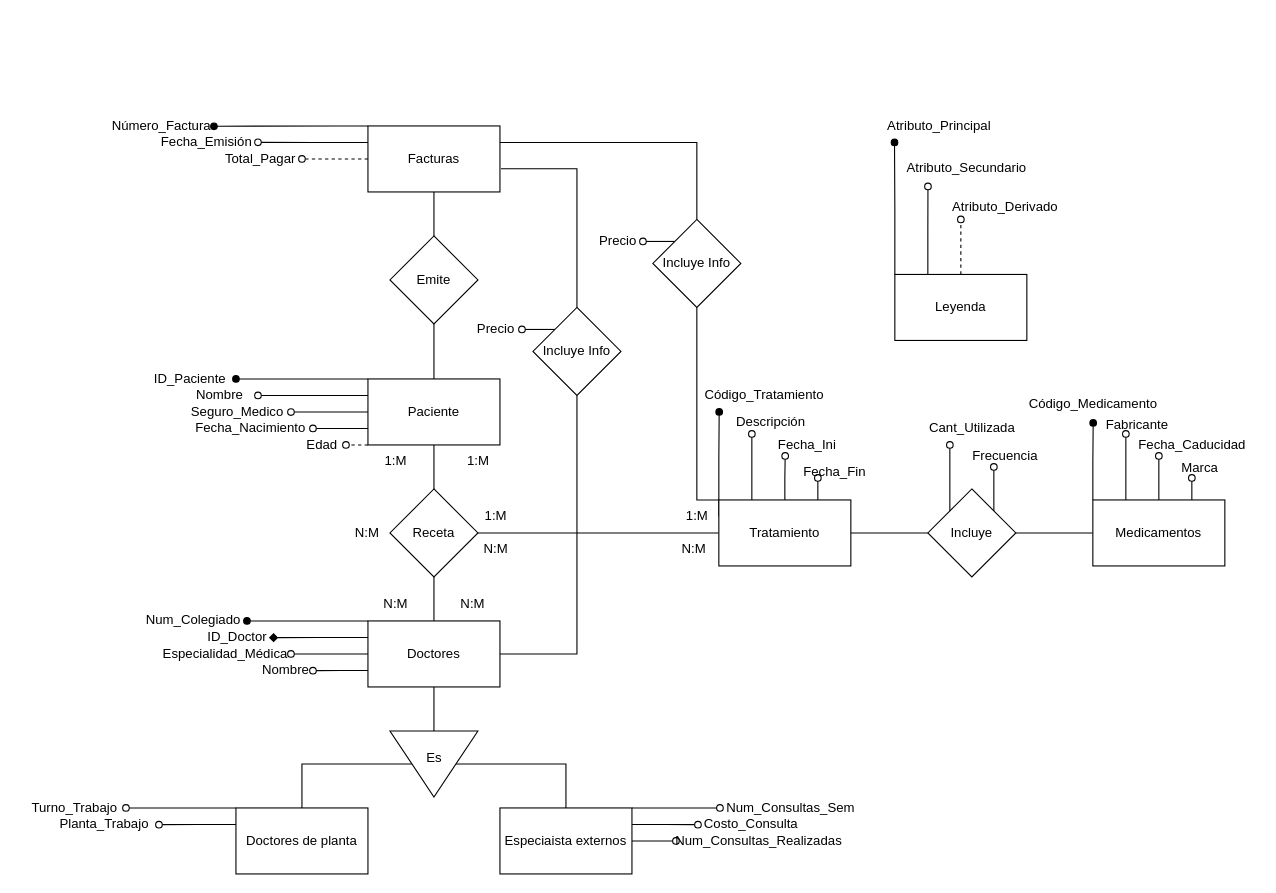
Before: Base Datos/PT0.drawio in Gotrufo-Eloy/Proyectos, a draw.io diagram. Source tidied: cells renumbered, new cells numbered last; positions are measured from the earlier drawing's top-left corner, leaving out a move shared by most shapes. Both pictures are drawn from the tidied source at 110%, with x=0, y=0 at pixel (19, 109).
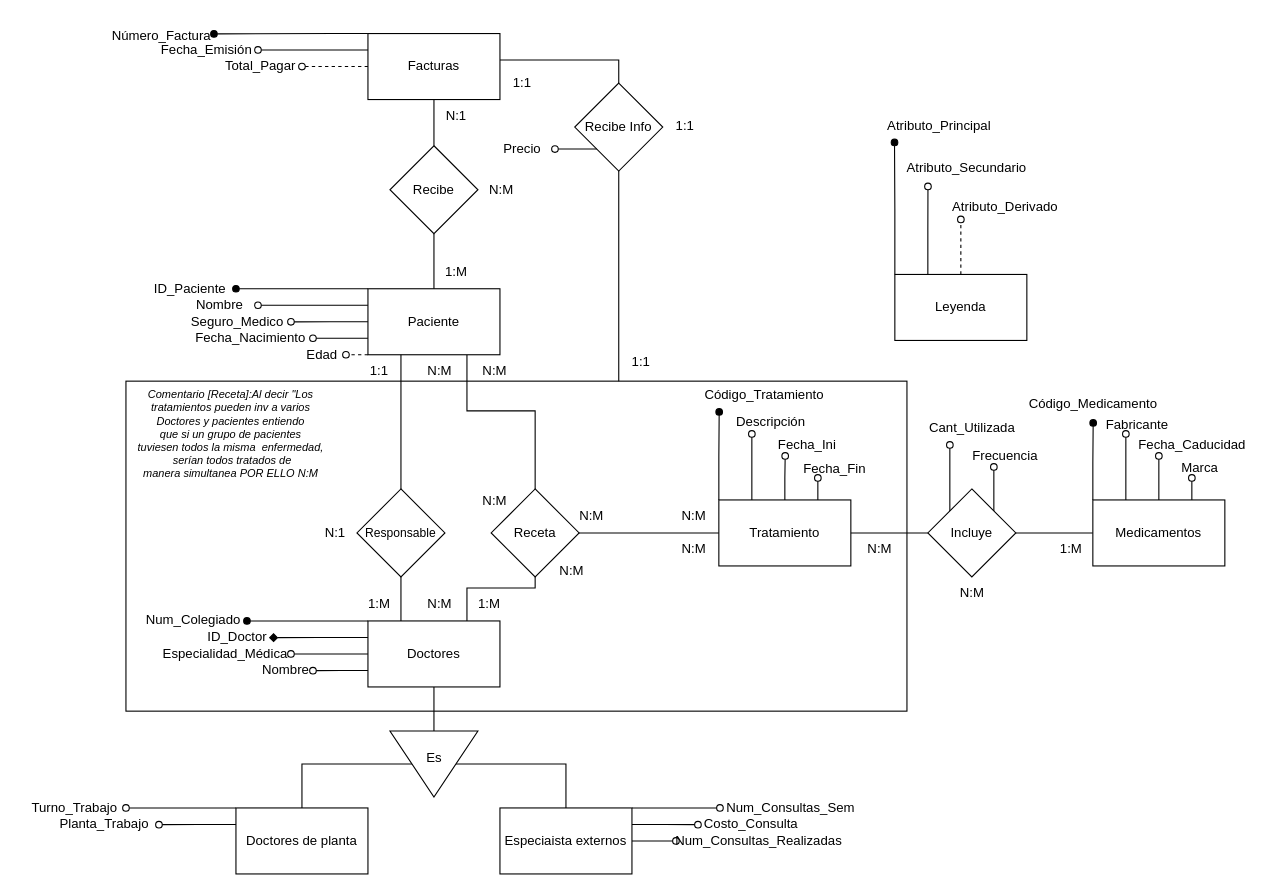
The same diagram, later.

Unchanged cells that the change refers to:
```xml
<mxCell id="16" value="Doctores" style="rounded=0;whiteSpace=wrap;html=1;" parent="1" vertex="1">
  <mxGeometry x="317" y="465" width="120" height="60" as="geometry" />
</mxCell>
<mxCell id="30" value="Tratamiento" style="rounded=0;whiteSpace=wrap;html=1;" parent="1" vertex="1">
  <mxGeometry x="636" y="355" width="120" height="60" as="geometry" />
</mxCell>
```

Change to the diagram source:
```diff
@@
+    <mxCell id="104" style="rounded=0;whiteSpace=wrap;html=1;fillColor=none;" parent="1" vertex="1">
+      <mxGeometry x="97" y="247" width="710" height="300" as="geometry" />
+    </mxCell>
     <mxCell id="2" style="edgeStyle=orthogonalEdgeStyle;rounded=0;jettySize=auto;html=1;endArrow=none;endFill=0;" parent="1" edge="1" source="8" target="42">
-      <mxGeometry relative="1" as="geometry" />
+      <mxGeometry relative="1" as="geometry">
+        <Array as="points">
+          <mxPoint x="407" y="274" />
+          <mxPoint x="469" y="274" />
+        </Array>
+      </mxGeometry>
     </mxCell>
     <mxCell id="3" style="edgeStyle=orthogonalEdgeStyle;rounded=0;jettySize=auto;html=1;exitX=0;exitY=0;exitDx=0;exitDy=0;endArrow=oval;endFill=1;" parent="1" edge="1" source="8">
       <mxGeometry relative="1" as="geometry">
-        <mxPoint x="197" y="245" as="targetPoint" />
+        <mxPoint x="197" y="163" as="targetPoint" />
         <Array as="points">
-          <mxPoint x="227" y="245" />
-          <mxPoint x="227" y="245" />
+          <mxPoint x="227" y="163" />
+          <mxPoint x="227" y="163" />
         </Array>
       </mxGeometry>
     </mxCell>
     <mxCell id="4" style="edgeStyle=orthogonalEdgeStyle;rounded=0;jettySize=auto;html=1;exitX=0;exitY=0.25;exitDx=0;exitDy=0;endArrow=oval;endFill=0;" parent="1" edge="1" source="8">
       <mxGeometry relative="1" as="geometry">
-        <mxPoint x="217" y="260" as="targetPoint" />
+        <mxPoint x="217" y="178" as="targetPoint" />
       </mxGeometry>
     </mxCell>
     <mxCell id="5" style="edgeStyle=orthogonalEdgeStyle;rounded=0;jettySize=auto;html=1;exitX=0;exitY=0.5;exitDx=0;exitDy=0;endArrow=oval;endFill=0;" parent="1" edge="1" source="8">
       <mxGeometry relative="1" as="geometry">
-        <mxPoint x="247" y="275.1" as="targetPoint" />
+        <mxPoint x="247" y="193.1" as="targetPoint" />
       </mxGeometry>
     </mxCell>
     <mxCell id="6" style="edgeStyle=orthogonalEdgeStyle;rounded=0;jettySize=auto;html=1;exitX=0;exitY=0.75;exitDx=0;exitDy=0;endArrow=oval;endFill=0;" parent="1" edge="1" source="8">
       <mxGeometry relative="1" as="geometry">
-        <mxPoint x="267" y="290" as="targetPoint" />
+        <mxPoint x="267" y="208" as="targetPoint" />
       </mxGeometry>
     </mxCell>
     <mxCell id="7" style="edgeStyle=orthogonalEdgeStyle;rounded=0;jettySize=auto;html=1;exitX=0;exitY=1;exitDx=0;exitDy=0;endArrow=oval;endFill=0;dashed=1;" parent="1" edge="1" source="8">
       <mxGeometry relative="1" as="geometry">
-        <mxPoint x="297" y="305" as="targetPoint" />
+        <mxPoint x="297" y="223" as="targetPoint" />
       </mxGeometry>
     </mxCell>
     <mxCell id="8" value="Paciente" style="rounded=0;whiteSpace=wrap;html=1;" parent="1" vertex="1">
-      <mxGeometry x="317" y="245" width="120" height="60" as="geometry" />
+      <mxGeometry x="317" y="163" width="120" height="60" as="geometry" />
     </mxCell>
     <mxCell id="9" style="edgeStyle=orthogonalEdgeStyle;rounded=0;jettySize=auto;html=1;endArrow=none;endFill=0;" parent="1" edge="1" source="16" target="42">
-      <mxGeometry relative="1" as="geometry" />
+      <mxGeometry relative="1" as="geometry">
+        <Array as="points">
+          <mxPoint x="407" y="435" />
+          <mxPoint x="469" y="435" />
+        </Array>
+      </mxGeometry>
     </mxCell>
@@
-    <mxCell id="15" style="edgeStyle=orthogonalEdgeStyle;rounded=0;jettySize=auto;html=1;endArrow=none;endFill=0;" parent="1" edge="1" source="16" target="81">
-      <mxGeometry relative="1" as="geometry" />
-    </mxCell>
@@
-    <mxCell id="24" style="edgeStyle=orthogonalEdgeStyle;rounded=0;jettySize=auto;html=1;entryX=1;entryY=0.5;entryDx=0;entryDy=0;endArrow=none;endFill=0;" parent="1" edge="1" source="30" target="42">
-      <mxGeometry relative="1" as="geometry" />
+    <mxCell id="24" style="edgeStyle=orthogonalEdgeStyle;rounded=0;jettySize=auto;html=1;entryX=1;entryY=0.5;entryDx=0;entryDy=0;endArrow=none;endFill=0;" parent="1" edge="1" target="42">
+      <mxGeometry relative="1" as="geometry">
+        <mxPoint x="728" y="365" as="sourcePoint" />
+        <Array as="points">
+          <mxPoint x="728" y="385" />
+          <mxPoint x="507" y="385" />
+        </Array>
+      </mxGeometry>
     </mxCell>
@@
-    <mxCell id="29" style="edgeStyle=orthogonalEdgeStyle;rounded=0;jettySize=auto;html=1;exitX=0;exitY=0.25;exitDx=0;exitDy=0;entryX=0.5;entryY=1;entryDx=0;entryDy=0;endArrow=none;endFill=0;" parent="1" edge="1" source="30" target="79">
-      <mxGeometry relative="1" as="geometry">
-        <Array as="points">
-          <mxPoint x="636" y="355" />
-          <mxPoint x="616" y="355" />
-        </Array>
-      </mxGeometry>
-    </mxCell>
@@
     <mxCell id="38" style="edgeStyle=orthogonalEdgeStyle;rounded=0;jettySize=auto;html=1;exitX=0;exitY=0;exitDx=0;exitDy=0;endArrow=oval;endFill=1;" parent="1" edge="1" source="41">
       <mxGeometry relative="1" as="geometry">
-        <mxPoint x="177" y="15.3" as="targetPoint" />
+        <mxPoint x="177" y="-68.7" as="targetPoint" />
         <Array as="points">
-          <mxPoint x="287" y="15" />
-          <mxPoint x="287" y="15" />
+          <mxPoint x="287" y="-69" />
+          <mxPoint x="287" y="-69" />
         </Array>
       </mxGeometry>
     </mxCell>
     <mxCell id="39" style="edgeStyle=orthogonalEdgeStyle;rounded=0;jettySize=auto;html=1;exitX=0;exitY=0.25;exitDx=0;exitDy=0;endArrow=oval;endFill=0;" parent="1" edge="1" source="41">
       <mxGeometry relative="1" as="geometry">
-        <mxPoint x="217" y="29.9" as="targetPoint" />
+        <mxPoint x="217" y="-54.1" as="targetPoint" />
       </mxGeometry>
     </mxCell>
     <mxCell id="40" style="edgeStyle=orthogonalEdgeStyle;rounded=0;jettySize=auto;html=1;exitX=0;exitY=0.5;exitDx=0;exitDy=0;endArrow=oval;endFill=0;dashed=1;" parent="1" edge="1" source="41">
       <mxGeometry relative="1" as="geometry">
-        <mxPoint x="257" y="45" as="targetPoint" />
+        <mxPoint x="257" y="-39" as="targetPoint" />
       </mxGeometry>
     </mxCell>
     <mxCell id="41" value="Facturas" style="rounded=0;whiteSpace=wrap;html=1;" parent="1" vertex="1">
-      <mxGeometry x="317" y="15" width="120" height="60" as="geometry" />
+      <mxGeometry x="317" y="-69" width="120" height="60" as="geometry" />
     </mxCell>
     <mxCell id="42" value="Receta" style="rhombus;whiteSpace=wrap;html=1;rounded=0;" parent="1" vertex="1">
-      <mxGeometry x="337" y="345" width="80" height="80" as="geometry" />
+      <mxGeometry x="429" y="345" width="80" height="80" as="geometry" />
     </mxCell>
@@
     <mxCell id="51" value="ID_Paciente" style="text;html=1;align=center;verticalAlign=middle;strokeColor=none;fillColor=none;" parent="1" vertex="1">
-      <mxGeometry x="110" y="230" width="90" height="30" as="geometry" />
+      <mxGeometry x="110" y="148" width="90" height="30" as="geometry" />
     </mxCell>
     <mxCell id="52" value="Nombre" style="text;html=1;align=center;verticalAlign=middle;strokeColor=none;fillColor=none;" parent="1" vertex="1">
-      <mxGeometry x="147" y="245" width="70" height="30" as="geometry" />
+      <mxGeometry x="147" y="163" width="70" height="30" as="geometry" />
     </mxCell>
     <mxCell id="53" value="Fecha_Nacimiento" style="text;html=1;align=center;verticalAlign=middle;strokeColor=none;fillColor=none;" parent="1" vertex="1">
-      <mxGeometry x="150" y="275" width="120" height="30" as="geometry" />
+      <mxGeometry x="150" y="193" width="120" height="30" as="geometry" />
     </mxCell>
     <mxCell id="54" value="Edad" style="text;html=1;align=center;verticalAlign=middle;strokeColor=none;fillColor=none;" parent="1" vertex="1">
-      <mxGeometry x="250" y="290" width="50" height="30" as="geometry" />
+      <mxGeometry x="250" y="208" width="50" height="30" as="geometry" />
     </mxCell>
     <mxCell id="55" value="Seguro_Medico" style="text;html=1;align=center;verticalAlign=middle;strokeColor=none;fillColor=none;" parent="1" vertex="1">
-      <mxGeometry x="143" y="260" width="110" height="30" as="geometry" />
+      <mxGeometry x="143" y="178" width="110" height="30" as="geometry" />
     </mxCell>
@@
     <mxCell id="68" value="Fecha_Fin" style="text;html=1;align=center;verticalAlign=middle;strokeColor=none;fillColor=none;" parent="1" vertex="1">
-      <mxGeometry x="701" y="315" width="80" height="30" as="geometry" />
+      <mxGeometry x="701" y="312" width="80" height="30" as="geometry" />
     </mxCell>
@@
-    <mxCell id="76" value="Emite" style="rhombus;whiteSpace=wrap;html=1;rounded=0;" parent="1" vertex="1">
-      <mxGeometry x="337" y="115" width="80" height="80" as="geometry" />
+    <mxCell id="76" value="Recibe" style="rhombus;whiteSpace=wrap;html=1;rounded=0;" parent="1" vertex="1">
+      <mxGeometry x="337" y="33" width="80" height="80" as="geometry" />
     </mxCell>
-    <mxCell id="77" style="edgeStyle=orthogonalEdgeStyle;rounded=0;jettySize=auto;html=1;exitX=0.5;exitY=0;exitDx=0;exitDy=0;entryX=1;entryY=0.25;entryDx=0;entryDy=0;endArrow=none;endFill=0;" parent="1" edge="1" source="79" target="41">
-      <mxGeometry relative="1" as="geometry" />
-    </mxCell>
-    <mxCell id="78" style="edgeStyle=orthogonalEdgeStyle;rounded=0;jettySize=auto;html=1;exitX=0;exitY=0;exitDx=0;exitDy=0;endArrow=oval;endFill=0;" parent="1" edge="1" source="79">
-      <mxGeometry relative="1" as="geometry">
-        <mxPoint x="567" y="120" as="targetPoint" />
-      </mxGeometry>
-    </mxCell>
-    <mxCell id="79" value="Incluye Info" style="rhombus;whiteSpace=wrap;html=1;" parent="1" vertex="1">
-      <mxGeometry x="576" y="100" width="80" height="80" as="geometry" />
-    </mxCell>
-    <mxCell id="80" style="edgeStyle=orthogonalEdgeStyle;rounded=0;jettySize=auto;html=1;exitX=0;exitY=0;exitDx=0;exitDy=0;endArrow=oval;endFill=0;" parent="1" edge="1" source="81">
-      <mxGeometry relative="1" as="geometry">
-        <mxPoint x="457" y="200.1" as="targetPoint" />
-      </mxGeometry>
-    </mxCell>
-    <mxCell id="81" value="Incluye Info" style="rhombus;whiteSpace=wrap;html=1;rounded=0;" parent="1" vertex="1">
-      <mxGeometry x="467" y="180" width="80" height="80" as="geometry" />
-    </mxCell>
-    <mxCell id="82" style="edgeStyle=orthogonalEdgeStyle;rounded=0;jettySize=auto;html=1;exitX=0.5;exitY=0;exitDx=0;exitDy=0;entryX=1.008;entryY=0.649;entryDx=0;entryDy=0;entryPerimeter=0;endArrow=none;endFill=0;" parent="1" edge="1" source="81" target="41">
-      <mxGeometry relative="1" as="geometry" />
-    </mxCell>
     <mxCell id="83" value="Número_Factura" style="text;html=1;align=center;verticalAlign=middle;strokeColor=none;fillColor=none;" parent="1" vertex="1">
-      <mxGeometry x="74" width="110" height="30" as="geometry" />
+      <mxGeometry x="74" y="-82" width="110" height="30" as="geometry" />
     </mxCell>
     <mxCell id="84" value="Fecha_Emisión" style="text;html=1;align=center;verticalAlign=middle;strokeColor=none;fillColor=none;" parent="1" vertex="1">
-      <mxGeometry x="115" y="15" width="110" height="30" as="geometry" />
+      <mxGeometry x="115" y="-69" width="110" height="30" as="geometry" />
     </mxCell>
     <mxCell id="85" value="Total_Pagar" style="text;html=1;align=center;verticalAlign=middle;strokeColor=none;fillColor=none;" parent="1" vertex="1">
-      <mxGeometry x="174" y="30" width="90" height="30" as="geometry" />
+      <mxGeometry x="174" y="-54" width="90" height="30" as="geometry" />
     </mxCell>
-    <mxCell id="86" value="Precio" style="text;html=1;align=center;verticalAlign=middle;strokeColor=none;fillColor=none;" parent="1" vertex="1">
-      <mxGeometry x="403" y="185" width="60" height="30" as="geometry" />
-    </mxCell>
-    <mxCell id="87" value="Precio" style="text;html=1;align=center;verticalAlign=middle;strokeColor=none;fillColor=none;" parent="1" vertex="1">
-      <mxGeometry x="514" y="105" width="60" height="30" as="geometry" />
-    </mxCell>
@@
     <mxCell id="95" value="N:M" style="text;html=1;align=center;verticalAlign=middle;strokeColor=none;fillColor=none;" parent="1" vertex="1">
-      <mxGeometry x="291" y="370" width="50" height="30" as="geometry" />
+      <mxGeometry x="407" y="341" width="50" height="30" as="geometry" />
     </mxCell>
     <mxCell id="96" value="N:M" style="text;html=1;align=center;verticalAlign=middle;strokeColor=none;fillColor=none;" parent="1" vertex="1">
-      <mxGeometry x="408" y="385" width="50" height="30" as="geometry" />
+      <mxGeometry x="495" y="355" width="50" height="30" as="geometry" />
     </mxCell>
     <mxCell id="97" value="N:M" style="text;html=1;align=center;verticalAlign=middle;strokeColor=none;fillColor=none;" parent="1" vertex="1">
-      <mxGeometry x="317" y="435" width="50" height="30" as="geometry" />
+      <mxGeometry x="357" y="435" width="50" height="30" as="geometry" />
     </mxCell>
     <mxCell id="98" value="N:M" style="text;html=1;align=center;verticalAlign=middle;strokeColor=none;fillColor=none;" parent="1" vertex="1">
-      <mxGeometry x="387" y="435" width="50" height="30" as="geometry" />
+      <mxGeometry x="477" y="405" width="50" height="30" as="geometry" />
     </mxCell>
@@
-    <mxCell id="100" value="1:M" style="text;html=1;align=center;verticalAlign=middle;strokeColor=none;fillColor=none;" parent="1" vertex="1">
-      <mxGeometry x="322" y="305" width="40" height="30" as="geometry" />
+    <mxCell id="100" value="N:M" style="text;html=1;align=center;verticalAlign=middle;strokeColor=none;fillColor=none;" parent="1" vertex="1">
+      <mxGeometry x="357" y="223" width="50" height="30" as="geometry" />
     </mxCell>
-    <mxCell id="101" value="1:M" style="text;html=1;align=center;verticalAlign=middle;strokeColor=none;fillColor=none;" parent="1" vertex="1">
-      <mxGeometry x="397" y="305" width="40" height="30" as="geometry" />
+    <mxCell id="101" value="N:M" style="text;html=1;align=center;verticalAlign=middle;strokeColor=none;fillColor=none;" parent="1" vertex="1">
+      <mxGeometry x="407" y="223" width="50" height="30" as="geometry" />
     </mxCell>
-    <mxCell id="102" value="1:M" style="text;html=1;align=center;verticalAlign=middle;strokeColor=none;fillColor=none;" parent="1" vertex="1">
-      <mxGeometry x="596" y="355" width="40" height="30" as="geometry" />
+    <mxCell id="102" value="N:M" style="text;html=1;align=center;verticalAlign=middle;strokeColor=none;fillColor=none;" parent="1" vertex="1">
+      <mxGeometry x="588" y="355" width="50" height="30" as="geometry" />
     </mxCell>
-    <mxCell id="103" value="1:M" style="text;html=1;align=center;verticalAlign=middle;strokeColor=none;fillColor=none;" parent="1" vertex="1">
-      <mxGeometry x="413" y="355" width="40" height="30" as="geometry" />
-    </mxCell>
+    <mxCell id="105" value="N:M" style="text;html=1;align=center;verticalAlign=middle;strokeColor=none;fillColor=none;" parent="1" vertex="1">
+      <mxGeometry x="757" y="385" width="50" height="30" as="geometry" />
+    </mxCell>
+    <mxCell id="106" value="1:M" style="text;html=1;align=center;verticalAlign=middle;strokeColor=none;fillColor=none;" parent="1" vertex="1">
+      <mxGeometry x="936" y="385" width="40" height="30" as="geometry" />
+    </mxCell>
+    <mxCell id="107" value="N:M" style="text;html=1;align=center;verticalAlign=middle;strokeColor=none;fillColor=none;" parent="1" vertex="1">
+      <mxGeometry x="841" y="425" width="50" height="30" as="geometry" />
+    </mxCell>
+    <mxCell id="108" value="1:M" style="text;html=1;align=center;verticalAlign=middle;strokeColor=none;fillColor=none;" parent="1" vertex="1">
+      <mxGeometry x="377" y="133" width="40" height="30" as="geometry" />
+    </mxCell>
+    <mxCell id="109" value="N:1" style="text;html=1;align=center;verticalAlign=middle;strokeColor=none;fillColor=none;" parent="1" vertex="1">
+      <mxGeometry x="377" y="-9" width="40" height="30" as="geometry" />
+    </mxCell>
+    <mxCell id="110" value="N:M" style="text;html=1;align=center;verticalAlign=middle;strokeColor=none;fillColor=none;" parent="1" vertex="1">
+      <mxGeometry x="413" y="58" width="50" height="30" as="geometry" />
+    </mxCell>
+    <mxCell id="111" value="1:M" style="text;html=1;align=center;verticalAlign=middle;strokeColor=none;fillColor=none;" parent="1" vertex="1">
+      <mxGeometry x="407" y="435" width="40" height="30" as="geometry" />
+    </mxCell>
+    <mxCell id="112" value="1:1" style="text;html=1;align=center;verticalAlign=middle;strokeColor=none;fillColor=none;" parent="1" vertex="1">
+      <mxGeometry x="437" y="-39" width="40" height="30" as="geometry" />
+    </mxCell>
+    <mxCell id="113" value="Comentario [Receta]:Al decir &quot;Los &lt;br&gt;tratamientos&amp;nbsp;pueden inv a varios&lt;br style=&quot;font-size: 10px;&quot;&gt;Doctores y pacientes entiendo &lt;br&gt;que si un grupo de pacientes&lt;br style=&quot;font-size: 10px;&quot;&gt;tuviesen todos la misma&amp;nbsp; enfermedad,&lt;br&gt;&amp;nbsp;serían todos tratados de&lt;br style=&quot;font-size: 10px;&quot;&gt;manera simultanea POR ELLO N:M" style="text;html=1;align=center;verticalAlign=middle;strokeColor=none;fillColor=none;fontSize=10;fontStyle=2;fontFamily=Helvetica;" parent="1" vertex="1">
+      <mxGeometry x="97" y="245" width="190" height="100" as="geometry" />
+    </mxCell>
+    <mxCell id="114" style="edgeStyle=orthogonalEdgeStyle;rounded=0;jettySize=auto;html=1;endArrow=none;endFill=0;" parent="1" edge="1" source="104" target="116">
+      <mxGeometry relative="1" as="geometry">
+        <Array as="points">
+          <mxPoint x="545" y="195" />
+          <mxPoint x="545" y="195" />
+        </Array>
+      </mxGeometry>
+    </mxCell>
+    <mxCell id="115" style="edgeStyle=orthogonalEdgeStyle;rounded=0;jettySize=auto;html=1;exitX=0;exitY=1;exitDx=0;exitDy=0;endArrow=oval;endFill=0;" parent="1" edge="1" source="116">
+      <mxGeometry relative="1" as="geometry">
+        <mxPoint x="487" y="36" as="targetPoint" />
+      </mxGeometry>
+    </mxCell>
+    <mxCell id="116" value="Recibe Info" style="rhombus;whiteSpace=wrap;html=1;fillColor=none;rounded=0;" parent="1" vertex="1">
+      <mxGeometry x="505" y="-24" width="80" height="80" as="geometry" />
+    </mxCell>
+    <mxCell id="117" style="edgeStyle=orthogonalEdgeStyle;rounded=0;jettySize=auto;html=1;entryX=1;entryY=0.4;entryDx=0;entryDy=0;entryPerimeter=0;endArrow=none;endFill=0;" parent="1" edge="1" source="116" target="41">
+      <mxGeometry relative="1" as="geometry">
+        <Array as="points">
+          <mxPoint x="545" y="-45" />
+        </Array>
+      </mxGeometry>
+    </mxCell>
+    <mxCell id="118" value="Precio" style="text;html=1;align=center;verticalAlign=middle;strokeColor=none;fillColor=none;" parent="1" vertex="1">
+      <mxGeometry x="427" y="21" width="60" height="30" as="geometry" />
+    </mxCell>
+    <mxCell id="119" value="1:1" style="text;html=1;align=center;verticalAlign=middle;strokeColor=none;fillColor=none;" parent="1" vertex="1">
+      <mxGeometry x="545" y="215" width="40" height="30" as="geometry" />
+    </mxCell>
+    <mxCell id="120" value="1:1" style="text;html=1;align=center;verticalAlign=middle;strokeColor=none;fillColor=none;" parent="1" vertex="1">
+      <mxGeometry x="585" width="40" height="30" as="geometry" />
+    </mxCell>
+    <mxCell id="121" style="edgeStyle=orthogonalEdgeStyle;rounded=0;jettySize=auto;html=1;entryX=0.25;entryY=1;entryDx=0;entryDy=0;endArrow=none;endFill=0;" parent="1" edge="1" source="123" target="8">
+      <mxGeometry relative="1" as="geometry" />
+    </mxCell>
+    <mxCell id="122" style="edgeStyle=orthogonalEdgeStyle;rounded=0;jettySize=auto;html=1;entryX=0.25;entryY=0;entryDx=0;entryDy=0;endArrow=none;endFill=0;" parent="1" edge="1" source="123" target="16">
+      <mxGeometry relative="1" as="geometry" />
+    </mxCell>
+    <mxCell id="123" value="&lt;font style=&quot;font-size: 11px;&quot;&gt;Responsable&lt;/font&gt;" style="rhombus;whiteSpace=wrap;html=1;" parent="1" vertex="1">
+      <mxGeometry x="307" y="345" width="80" height="80" as="geometry" />
+    </mxCell>
+    <mxCell id="124" value="1:M" style="text;html=1;align=center;verticalAlign=middle;strokeColor=none;fillColor=none;" parent="1" vertex="1">
+      <mxGeometry x="307" y="435" width="40" height="30" as="geometry" />
+    </mxCell>
+    <mxCell id="125" value="1:1" style="text;html=1;align=center;verticalAlign=middle;strokeColor=none;fillColor=none;" parent="1" vertex="1">
+      <mxGeometry x="307" y="223" width="40" height="30" as="geometry" />
+    </mxCell>
+    <mxCell id="126" value="N:1" style="text;html=1;align=center;verticalAlign=middle;strokeColor=none;fillColor=none;" parent="1" vertex="1">
+      <mxGeometry x="267" y="370" width="40" height="30" as="geometry" />
+    </mxCell>
```
